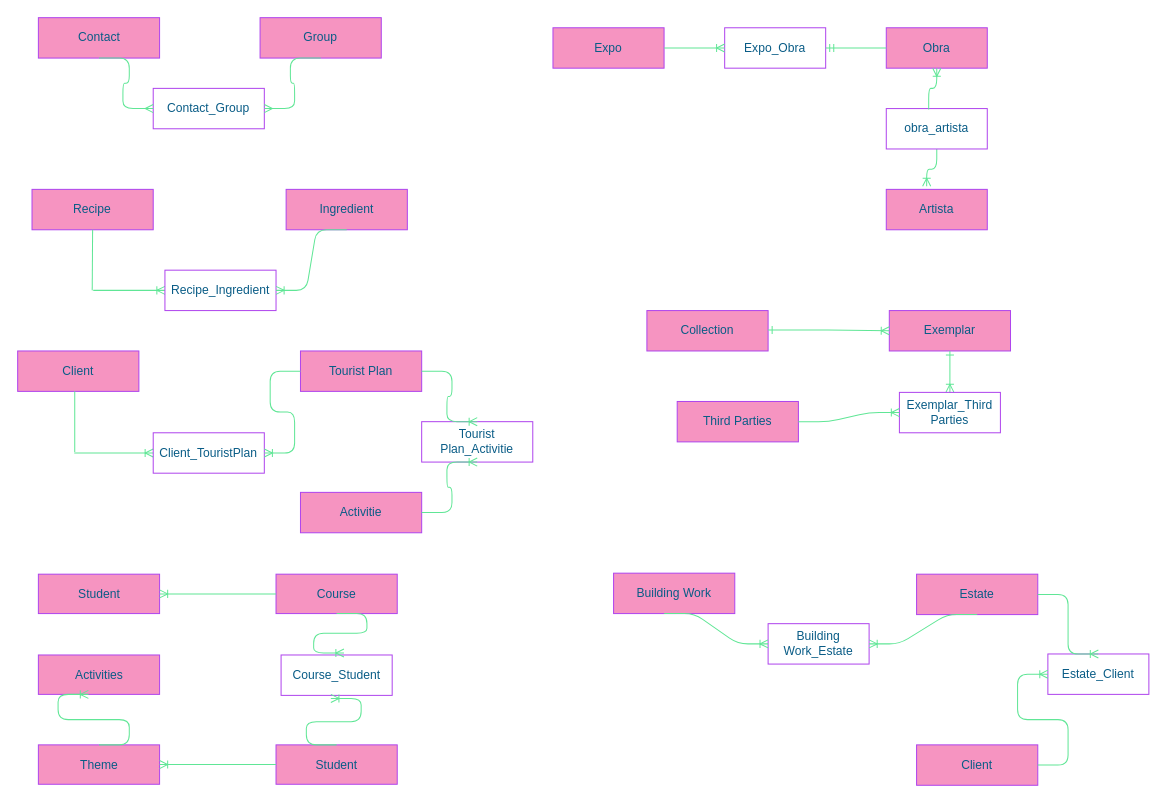
Before: Sin_titulo.drawio in XzzIsor/PracticeModels, a draw.io diagram. Source tidied: cells renumbered, new cells numbered last; positions are measured from the earlier drawing's top-left corner, leaving out a move shared by most shapes. Both pictures are drawn from the tidied source at 101%, with x=0, y=0 at pixel (17, 17).
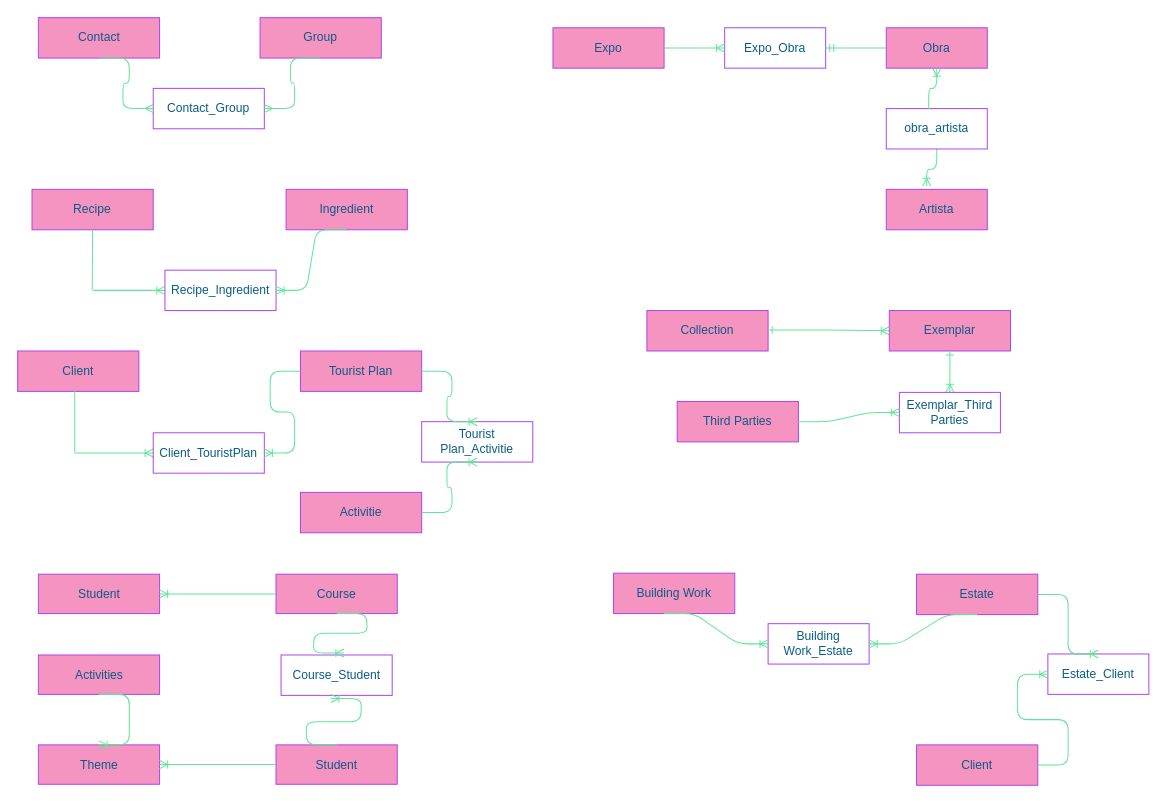
After the change.

Unchanged cells that the change refers to:
```xml
<mxCell id="41" value="Theme" style="rounded=0;whiteSpace=wrap;html=1;sketch=0;strokeColor=#AF45ED;fillColor=#F694C1;fontColor=#095C86;" parent="1" vertex="1">
  <mxGeometry x="20.5" y="720" width="120" height="39" as="geometry" />
</mxCell>
<mxCell id="43" value="Activities" style="rounded=0;whiteSpace=wrap;html=1;sketch=0;strokeColor=#AF45ED;fillColor=#F694C1;fontColor=#095C86;" parent="1" vertex="1">
  <mxGeometry x="20.5" y="631" width="120" height="39" as="geometry" />
</mxCell>
```

What changed in the source:
```diff
@@
-    <mxCell id="44" style="edgeStyle=entityRelationEdgeStyle;fontSize=12;html=1;endArrow=ERoneToMany;strokeColor=#60E696;fillColor=#F694C1;exitX=0.5;exitY=0;exitDx=0;exitDy=0;" parent="1" edge="1" source="41">
-      <mxGeometry relative="1" as="geometry">
-        <mxPoint x="70" y="670" as="targetPoint" />
-      </mxGeometry>
-    </mxCell>
@@
+    <mxCell id="59" style="edgeStyle=entityRelationEdgeStyle;fontSize=12;html=1;endArrow=ERoneToMany;strokeColor=#60E696;fillColor=#F694C1;entryX=0.5;entryY=0;entryDx=0;entryDy=0;exitX=0.5;exitY=1;exitDx=0;exitDy=0;" parent="1" edge="1" source="43" target="41">
+      <mxGeometry relative="1" as="geometry" />
+    </mxCell>
```
